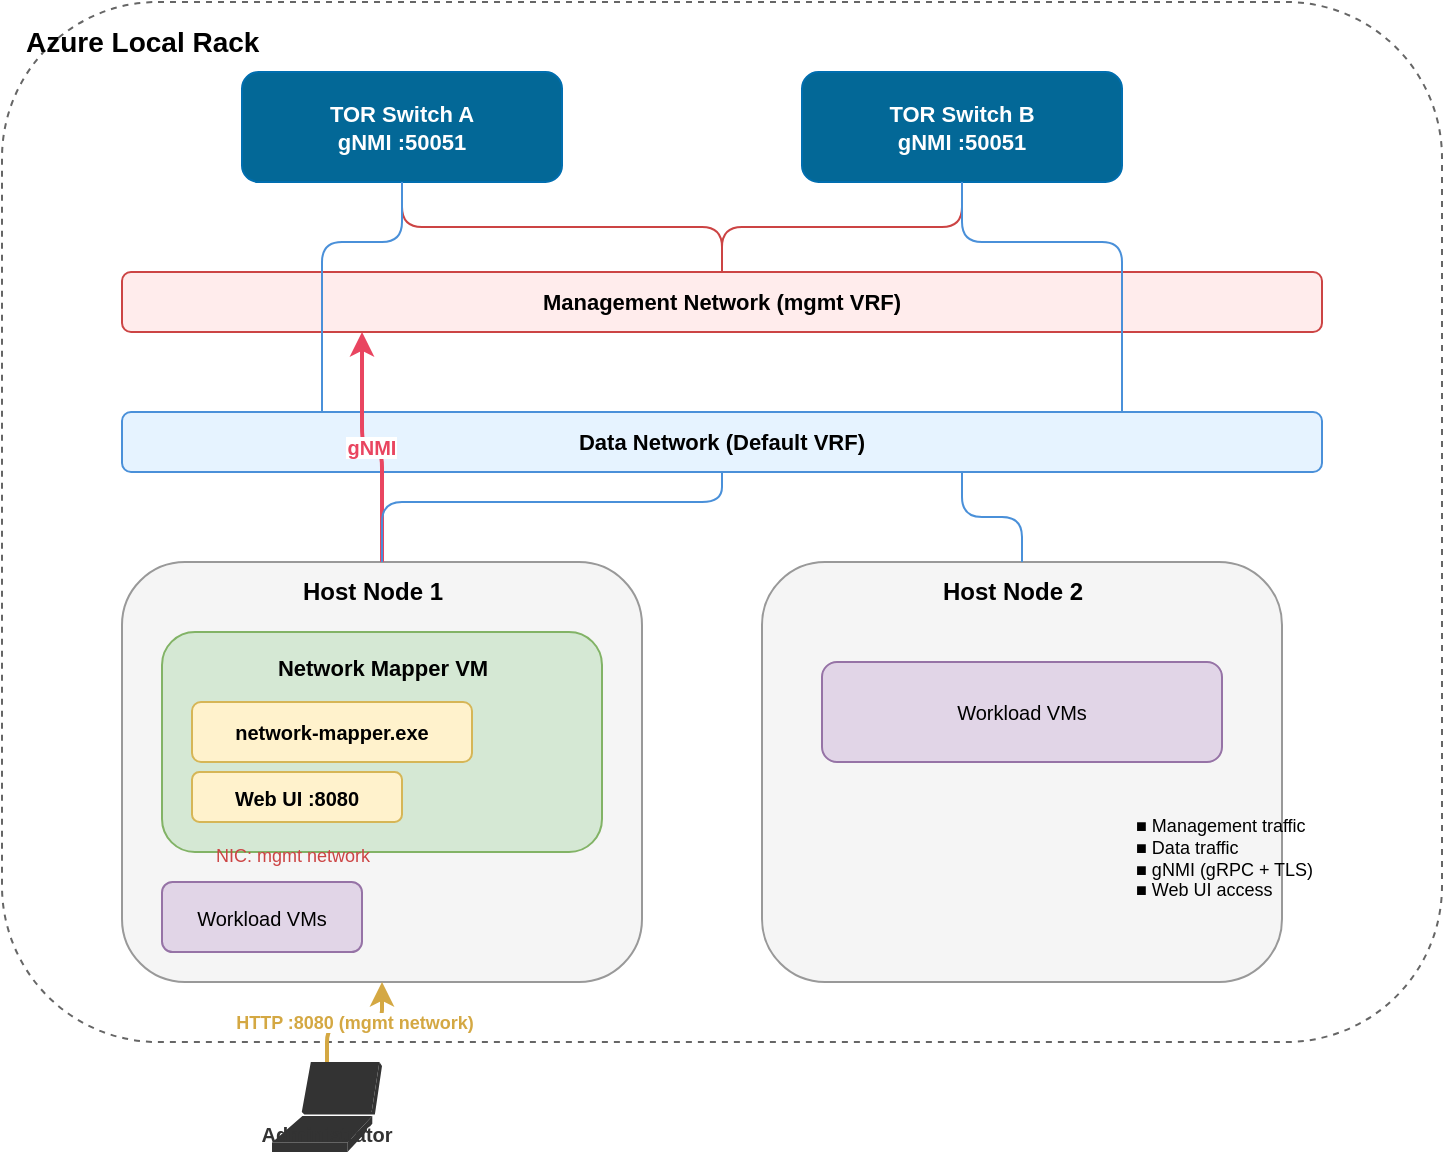
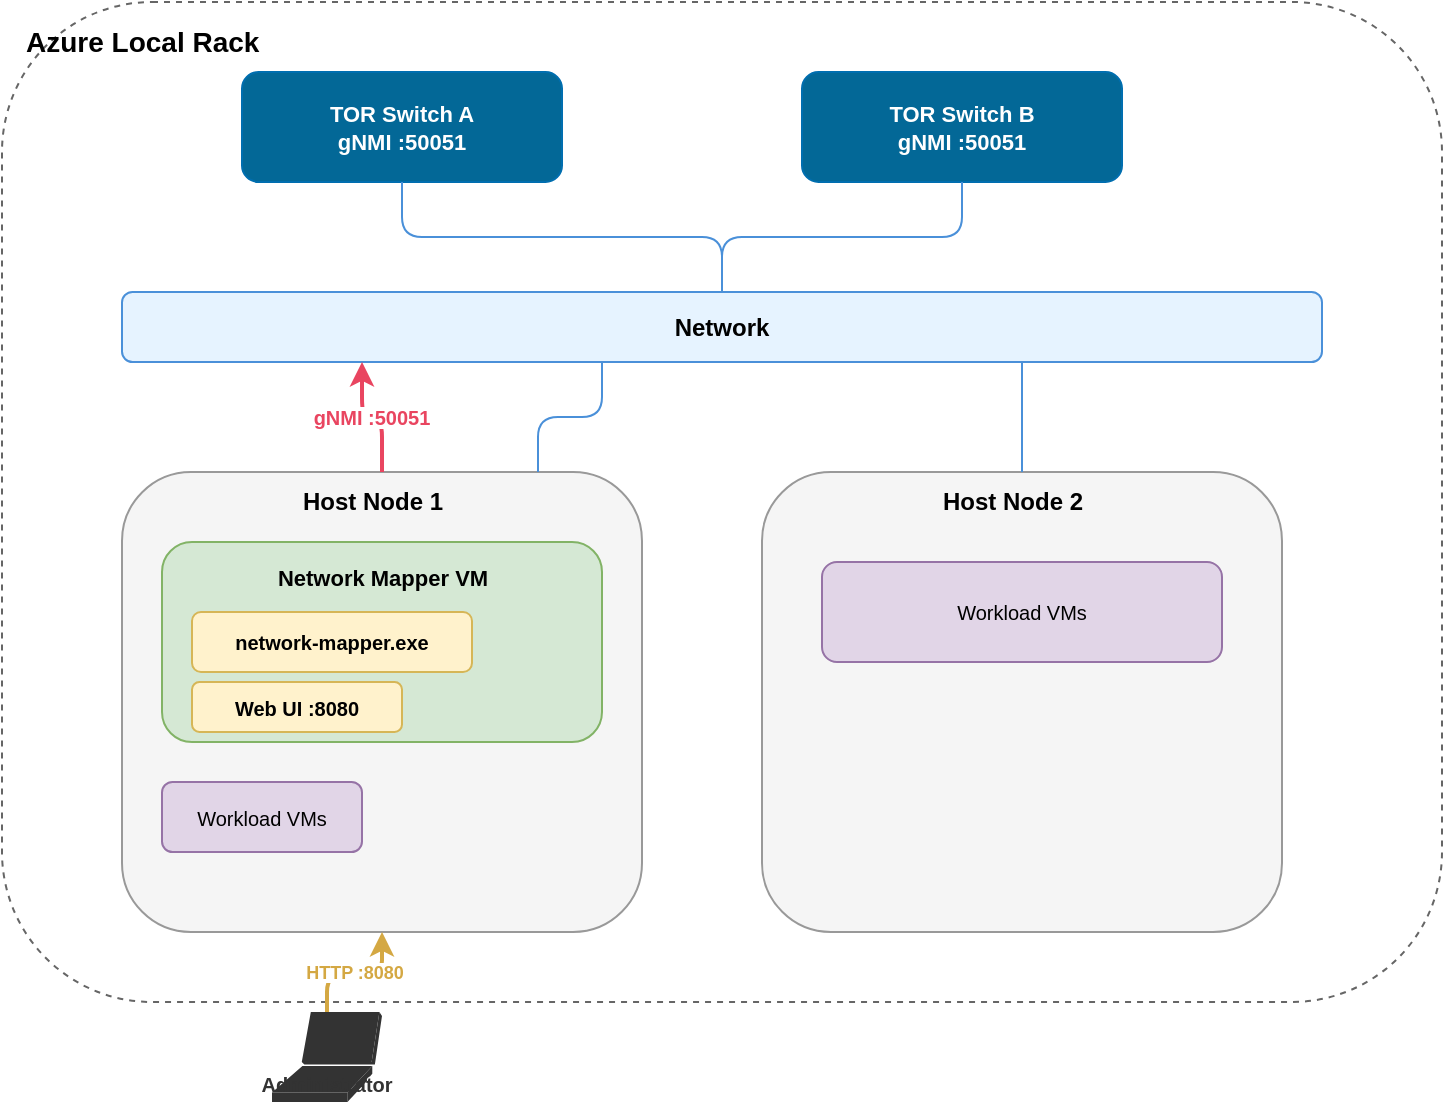
<mxGraphModel>
  <root>
    <mxCell id="0"/>
    <mxCell id="1" parent="0"/>

    <!-- Rack boundary -->
    <mxCell id="2" value="Azure Local Rack" style="rounded=1;whiteSpace=wrap;html=1;fillColor=none;strokeColor=#666666;dashed=1;fontSize=14;fontStyle=1;verticalAlign=top;align=left;spacingLeft=10;spacingTop=5;" vertex="1" parent="1">
-       <mxGeometry x="40" y="30" width="720" height="520" as="geometry"/>
+       <mxGeometry x="40" y="30" width="720" height="500" as="geometry"/>
    </mxCell>

    <!-- TOR Switch A -->
    <mxCell id="3" value="TOR Switch A&#xa;gNMI :50051" style="rounded=1;whiteSpace=wrap;html=1;fillColor=#036897;fontColor=#ffffff;strokeColor=#006EAF;fontSize=11;fontStyle=1;" vertex="1" parent="1">
      <mxGeometry x="160" y="65" width="160" height="55" as="geometry"/>
    </mxCell>

    <!-- TOR Switch B -->
    <mxCell id="4" value="TOR Switch B&#xa;gNMI :50051" style="rounded=1;whiteSpace=wrap;html=1;fillColor=#036897;fontColor=#ffffff;strokeColor=#006EAF;fontSize=11;fontStyle=1;" vertex="1" parent="1">
      <mxGeometry x="440" y="65" width="160" height="55" as="geometry"/>
    </mxCell>

-     <!-- Management Network -->
-     <mxCell id="5" value="Management Network (mgmt VRF)" style="rounded=1;whiteSpace=wrap;html=1;fillColor=#FFECEC;strokeColor=#CC4444;fontSize=11;fontStyle=1;" vertex="1" parent="1">
-       <mxGeometry x="100" y="165" width="600" height="30" as="geometry"/>
-     </mxCell>
- 
-     <!-- Data Network -->
-     <mxCell id="6" value="Data Network (Default VRF)" style="rounded=1;whiteSpace=wrap;html=1;fillColor=#E6F3FF;strokeColor=#4A90D9;fontSize=11;fontStyle=1;" vertex="1" parent="1">
-       <mxGeometry x="100" y="235" width="600" height="30" as="geometry"/>
+     <!-- Network (single bar, no VRF labels) -->
+     <mxCell id="5" value="Network" style="rounded=1;whiteSpace=wrap;html=1;fillColor=#E6F3FF;strokeColor=#4A90D9;fontSize=12;fontStyle=1;" vertex="1" parent="1">
+       <mxGeometry x="100" y="175" width="600" height="35" as="geometry"/>
    </mxCell>

    <!-- Host Node 1 with Network Mapper VM -->
    <mxCell id="7" value="" style="rounded=1;whiteSpace=wrap;html=1;fillColor=#f5f5f5;strokeColor=#999999;fontSize=10;" vertex="1" parent="1">
-       <mxGeometry x="100" y="310" width="260" height="210" as="geometry"/>
+       <mxGeometry x="100" y="265" width="260" height="230" as="geometry"/>
    </mxCell>
    <mxCell id="8" value="Host Node 1" style="text;html=1;align=center;verticalAlign=middle;fontSize=12;fontStyle=1;" vertex="1" parent="1">
-       <mxGeometry x="160" y="315" width="130" height="20" as="geometry"/>
+       <mxGeometry x="160" y="270" width="130" height="20" as="geometry"/>
    </mxCell>

    <!-- Network Mapper VM (inside Host Node 1) -->
    <mxCell id="9" value="" style="rounded=1;whiteSpace=wrap;html=1;fillColor=#d5e8d4;strokeColor=#82b366;" vertex="1" parent="1">
-       <mxGeometry x="120" y="345" width="220" height="110" as="geometry"/>
+       <mxGeometry x="120" y="300" width="220" height="100" as="geometry"/>
    </mxCell>
    <mxCell id="10" value="Network Mapper VM" style="text;html=1;align=center;fontSize=11;fontStyle=1;" vertex="1" parent="1">
-       <mxGeometry x="155" y="350" width="150" height="20" as="geometry"/>
+       <mxGeometry x="155" y="305" width="150" height="20" as="geometry"/>
    </mxCell>
    <mxCell id="11" value="network-mapper.exe" style="rounded=1;whiteSpace=wrap;html=1;fillColor=#fff2cc;strokeColor=#d6b656;fontSize=10;fontStyle=1;" vertex="1" parent="1">
-       <mxGeometry x="135" y="380" width="140" height="30" as="geometry"/>
+       <mxGeometry x="135" y="335" width="140" height="30" as="geometry"/>
    </mxCell>
    <mxCell id="12" value="Web UI :8080" style="rounded=1;whiteSpace=wrap;html=1;fillColor=#fff2cc;strokeColor=#d6b656;fontSize=10;fontStyle=1;" vertex="1" parent="1">
-       <mxGeometry x="135" y="415" width="105" height="25" as="geometry"/>
-     </mxCell>
-     <mxCell id="13" value="NIC: mgmt network" style="text;html=1;align=left;fontSize=9;fontColor=#CC4444;" vertex="1" parent="1">
-       <mxGeometry x="145" y="445" width="120" height="15" as="geometry"/>
+       <mxGeometry x="135" y="370" width="105" height="25" as="geometry"/>
    </mxCell>

-     <!-- Workload VMs -->
+     <!-- Workload VMs on Host 1 -->
    <mxCell id="14" value="Workload VMs" style="rounded=1;whiteSpace=wrap;html=1;fillColor=#e1d5e7;strokeColor=#9673a6;fontSize=10;" vertex="1" parent="1">
-       <mxGeometry x="120" y="470" width="100" height="35" as="geometry"/>
+       <mxGeometry x="120" y="420" width="100" height="35" as="geometry"/>
    </mxCell>

    <!-- Host Node 2 -->
    <mxCell id="15" value="" style="rounded=1;whiteSpace=wrap;html=1;fillColor=#f5f5f5;strokeColor=#999999;fontSize=10;" vertex="1" parent="1">
-       <mxGeometry x="420" y="310" width="260" height="210" as="geometry"/>
+       <mxGeometry x="420" y="265" width="260" height="230" as="geometry"/>
    </mxCell>
    <mxCell id="16" value="Host Node 2" style="text;html=1;align=center;verticalAlign=middle;fontSize=12;fontStyle=1;" vertex="1" parent="1">
-       <mxGeometry x="480" y="315" width="130" height="20" as="geometry"/>
+       <mxGeometry x="480" y="270" width="130" height="20" as="geometry"/>
    </mxCell>
    <mxCell id="17" value="Workload VMs" style="rounded=1;whiteSpace=wrap;html=1;fillColor=#e1d5e7;strokeColor=#9673a6;fontSize=10;" vertex="1" parent="1">
-       <mxGeometry x="450" y="360" width="200" height="50" as="geometry"/>
+       <mxGeometry x="450" y="310" width="200" height="50" as="geometry"/>
    </mxCell>

-     <!-- Switches to mgmt network -->
-     <mxCell id="18" value="" style="edgeStyle=orthogonalEdgeStyle;rounded=1;strokeColor=#CC4444;strokeWidth=1;endArrow=none;" edge="1" parent="1" source="3" target="5">
+     <!-- Switches to network -->
+     <mxCell id="18" value="" style="edgeStyle=orthogonalEdgeStyle;rounded=1;strokeColor=#4A90D9;strokeWidth=1;endArrow=none;" edge="1" parent="1" source="3" target="5">
      <mxGeometry relative="1" as="geometry"/>
    </mxCell>
-     <mxCell id="19" value="" style="edgeStyle=orthogonalEdgeStyle;rounded=1;strokeColor=#CC4444;strokeWidth=1;endArrow=none;" edge="1" parent="1" source="4" target="5">
+     <mxCell id="19" value="" style="edgeStyle=orthogonalEdgeStyle;rounded=1;strokeColor=#4A90D9;strokeWidth=1;endArrow=none;" edge="1" parent="1" source="4" target="5">
      <mxGeometry relative="1" as="geometry"/>
    </mxCell>

-     <!-- Switches to data network -->
-     <mxCell id="20" value="" style="edgeStyle=orthogonalEdgeStyle;rounded=1;strokeColor=#4A90D9;strokeWidth=1;endArrow=none;" edge="1" parent="1" source="3" target="6">
-       <mxGeometry relative="1" as="geometry">
-         <Array as="points">
-           <mxPoint x="240" y="150"/>
-           <mxPoint x="200" y="150"/>
-         </Array>
-       </mxGeometry>
-     </mxCell>
-     <mxCell id="21" value="" style="edgeStyle=orthogonalEdgeStyle;rounded=1;strokeColor=#4A90D9;strokeWidth=1;endArrow=none;" edge="1" parent="1" source="4" target="6">
-       <mxGeometry relative="1" as="geometry">
-         <Array as="points">
-           <mxPoint x="520" y="150"/>
-           <mxPoint x="600" y="150"/>
-         </Array>
-       </mxGeometry>
-     </mxCell>
- 
-     <!-- Network Mapper VM to mgmt network (gNMI) -->
-     <mxCell id="22" value="gNMI" style="edgeStyle=orthogonalEdgeStyle;rounded=1;strokeColor=#E94560;strokeWidth=2;fontSize=10;fontStyle=1;fontColor=#E94560;exitX=0.5;exitY=0;entryX=0.2;entryY=1;endArrow=classic;" edge="1" parent="1" source="7" target="5">
+     <!-- Network Mapper VM to network (gNMI) -->
+     <mxCell id="22" value="gNMI :50051" style="edgeStyle=orthogonalEdgeStyle;rounded=1;strokeColor=#E94560;strokeWidth=2;fontSize=10;fontStyle=1;fontColor=#E94560;exitX=0.5;exitY=0;entryX=0.2;entryY=1;endArrow=classic;" edge="1" parent="1" source="7" target="5">
      <mxGeometry relative="1" as="geometry"/>
    </mxCell>

-     <!-- Hosts to data network -->
-     <mxCell id="23" value="" style="edgeStyle=orthogonalEdgeStyle;rounded=1;strokeColor=#4A90D9;strokeWidth=1;exitX=0.5;exitY=0;entryX=0.5;entryY=1;endArrow=none;" edge="1" parent="1" source="7" target="6">
-       <mxGeometry relative="1" as="geometry">
-         <Array as="points">
-           <mxPoint x="230" y="280"/>
-           <mxPoint x="400" y="280"/>
-         </Array>
-       </mxGeometry>
+     <!-- Host 1 to network -->
+     <mxCell id="23" value="" style="edgeStyle=orthogonalEdgeStyle;rounded=1;strokeColor=#4A90D9;strokeWidth=1;exitX=0.8;exitY=0;entryX=0.4;entryY=1;endArrow=none;" edge="1" parent="1" source="7" target="5">
+       <mxGeometry relative="1" as="geometry"/>
    </mxCell>
-     <mxCell id="24" value="" style="edgeStyle=orthogonalEdgeStyle;rounded=1;strokeColor=#4A90D9;strokeWidth=1;exitX=0.5;exitY=0;entryX=0.7;entryY=1;endArrow=none;" edge="1" parent="1" source="15" target="6">
+ 
+     <!-- Host 2 to network -->
+     <mxCell id="24" value="" style="edgeStyle=orthogonalEdgeStyle;rounded=1;strokeColor=#4A90D9;strokeWidth=1;exitX=0.5;exitY=0;entryX=0.75;entryY=1;endArrow=none;" edge="1" parent="1" source="15" target="5">
      <mxGeometry relative="1" as="geometry"/>
    </mxCell>

    <!-- Operator / admin -->
    <mxCell id="25" value="Administrator" style="shape=mxgraph.cisco.computers_and_peripherals.laptop;sketch=0;fillColor=#333333;fontColor=#333333;strokeColor=none;fontSize=10;fontStyle=1;verticalAlign=bottom;" vertex="1" parent="1">
-       <mxGeometry x="175" y="560" width="55" height="45" as="geometry"/>
+       <mxGeometry x="175" y="535" width="55" height="45" as="geometry"/>
    </mxCell>

    <!-- Admin to Web UI -->
-     <mxCell id="26" value="HTTP :8080 (mgmt network)" style="edgeStyle=orthogonalEdgeStyle;rounded=1;strokeColor=#D4A843;strokeWidth=2;fontSize=9;fontStyle=1;fontColor=#D4A843;exitX=0.5;exitY=0;entryX=0.5;entryY=1;endArrow=classic;" edge="1" parent="1" source="25" target="7">
+     <mxCell id="26" value="HTTP :8080" style="edgeStyle=orthogonalEdgeStyle;rounded=1;strokeColor=#D4A843;strokeWidth=2;fontSize=9;fontStyle=1;fontColor=#D4A843;exitX=0.5;exitY=0;entryX=0.5;entryY=1;endArrow=classic;" edge="1" parent="1" source="25" target="7">
      <mxGeometry relative="1" as="geometry"/>
-     </mxCell>
- 
-     <!-- Legend -->
-     <mxCell id="27" value="■ Management traffic&#xa;■ Data traffic&#xa;■ gNMI (gRPC + TLS)&#xa;■ Web UI access" style="text;html=1;align=left;fontSize=9;verticalAlign=top;spacingTop=0;" vertex="1" parent="1">
-       <mxGeometry x="605" y="430" width="150" height="65" as="geometry"/>
    </mxCell>

  </root>
</mxGraphModel>